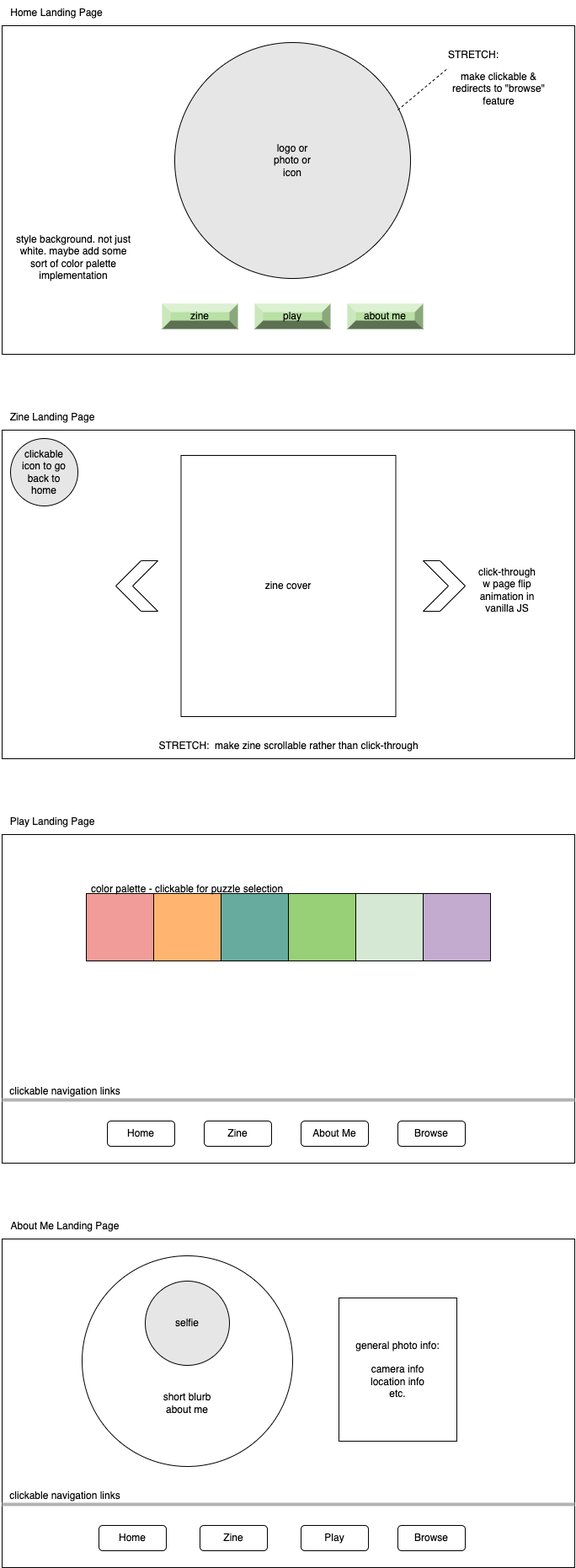
Before: src/img/capstone-landing-pages.png, a diagram exported from draw.io (eluckie/the-wandering-eye). Source tidied: cells renumbered, new cells last; positions are measured from the earlier drawing's top-left corner, leaving out a move shared by most shapes.
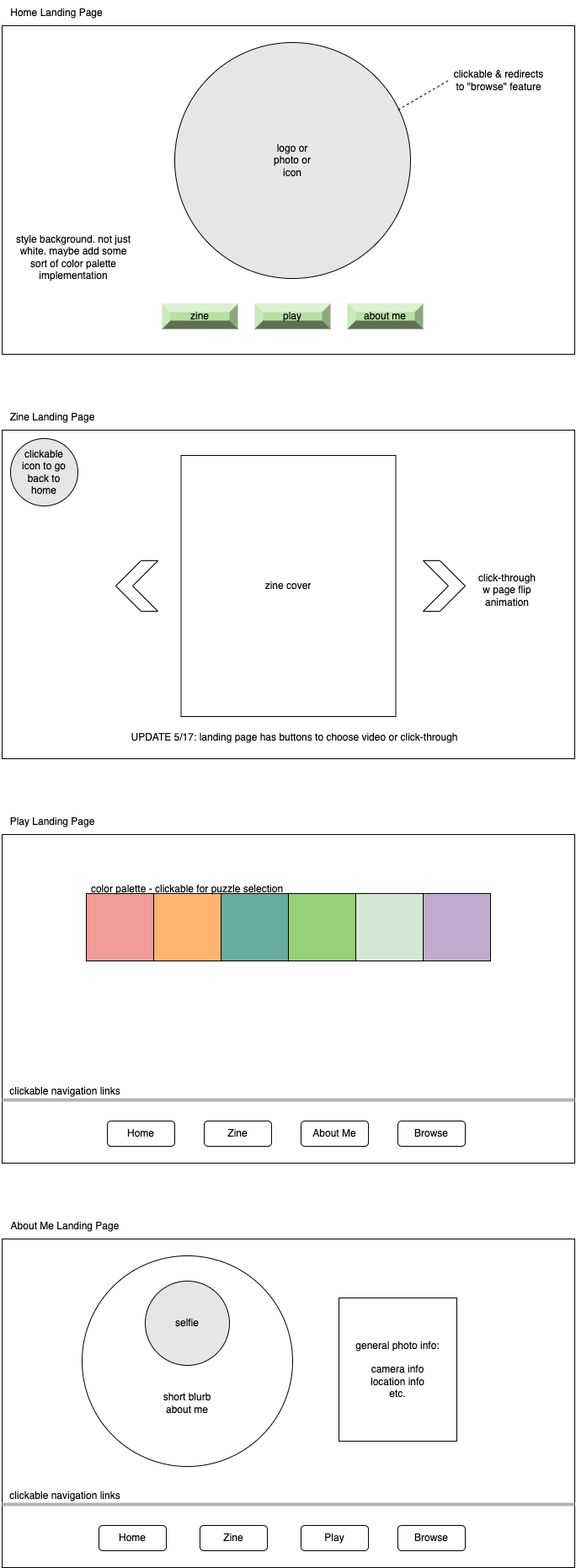
Later version of the same file.

Diff of the diagram source:
```diff
@@ -71,13 +71,10 @@
     <mxCell id="24" value="Home" style="text;html=1;strokeColor=none;fillColor=none;align=center;verticalAlign=middle;whiteSpace=wrap;rounded=0;" parent="1" vertex="1">
       <mxGeometry x="135" y="1330" width="60" height="30" as="geometry" />
     </mxCell>
-    <mxCell id="25" value="STRETCH:" style="text;html=1;strokeColor=#FFFFFF;fillColor=none;align=center;verticalAlign=middle;whiteSpace=wrap;rounded=0;" parent="1" vertex="1">
-      <mxGeometry x="530" y="50" width="60" height="30" as="geometry" />
-    </mxCell>
-    <mxCell id="26" value="make clickable &amp;amp; redirects to &quot;browse&quot; feature" style="text;html=1;strokeColor=none;fillColor=none;align=center;verticalAlign=middle;whiteSpace=wrap;rounded=0;" parent="1" vertex="1">
-      <mxGeometry x="530" y="80" width="120" height="50" as="geometry" />
+    <mxCell id="26" value="clickable &amp;amp; redirects to &quot;browse&quot; feature" style="text;html=1;strokeColor=none;fillColor=none;align=center;verticalAlign=middle;whiteSpace=wrap;rounded=0;" parent="1" vertex="1">
+      <mxGeometry x="530" y="70" width="120" height="50" as="geometry" />
     </mxCell>
-    <mxCell id="27" style="endArrow=none;dashed=1;html=1;rounded=0;entryX=0;entryY=0;entryDx=0;entryDy=0;" parent="1" edge="1" target="26">
+    <mxCell id="27" style="endArrow=none;dashed=1;html=1;rounded=0;entryX=0;entryY=0.5;entryDx=0;entryDy=0;" parent="1" edge="1" target="26">
       <mxGeometry relative="1" as="geometry">
         <mxPoint x="470" y="130" as="sourcePoint" />
       </mxGeometry>
@@ -154,7 +151,7 @@
     <mxCell id="51" value="general photo info:&lt;br&gt;&lt;br&gt;camera info&lt;br&gt;location info&lt;br&gt;etc." style="text;html=1;strokeColor=none;fillColor=none;align=center;verticalAlign=middle;whiteSpace=wrap;rounded=0;" parent="1" vertex="1">
       <mxGeometry x="410" y="1570" width="120" height="110" as="geometry" />
     </mxCell>
-    <mxCell id="52" value="click-through w page flip animation in vanilla JS" style="text;html=1;strokeColor=none;fillColor=none;align=center;verticalAlign=middle;whiteSpace=wrap;rounded=0;" parent="1" vertex="1">
+    <mxCell id="52" value="click-through w page flip animation" style="text;html=1;strokeColor=none;fillColor=none;align=center;verticalAlign=middle;whiteSpace=wrap;rounded=0;" parent="1" vertex="1">
       <mxGeometry x="560" y="665" width="80" height="70" as="geometry" />
     </mxCell>
     <mxCell id="53" style="rounded=0;whiteSpace=wrap;html=1;" parent="1" vertex="1">
@@ -172,11 +169,11 @@
     <mxCell id="57" style="html=1;shadow=0;dashed=0;align=center;verticalAlign=middle;shape=mxgraph.arrows2.arrow;dy=0;dx=30;notch=30;direction=west;" parent="1" vertex="1">
       <mxGeometry x="135" y="665" width="50" height="60" as="geometry" />
     </mxCell>
-    <mxCell id="58" value="STRETCH:&amp;nbsp; make zine scrollable rather than click-through" style="text;html=1;strokeColor=none;fillColor=none;align=center;verticalAlign=middle;whiteSpace=wrap;rounded=0;" parent="1" vertex="1">
-      <mxGeometry x="172.5" y="870" width="335" height="30" as="geometry" />
-    </mxCell>
     <mxCell id="59" value="zine cover" style="text;html=1;strokeColor=none;fillColor=none;align=center;verticalAlign=middle;whiteSpace=wrap;rounded=0;" parent="1" vertex="1">
       <mxGeometry x="310" y="680" width="60" height="30" as="geometry" />
     </mxCell>
+    <mxCell id="60" value="UPDATE 5/17: landing page has buttons to choose video or click-through" style="text;html=1;strokeColor=none;fillColor=none;align=center;verticalAlign=middle;whiteSpace=wrap;rounded=0;" parent="1" vertex="1">
+      <mxGeometry x="65" y="860" width="565" height="30" as="geometry" />
+    </mxCell>
   </root>
 </mxGraphModel>
```
